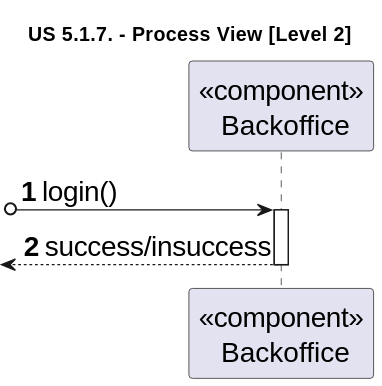
rita-barbosa/LAPR5-2425 keeps this PlantUML diagram as docs/sprint-1/us-5.1.7/diagrams/level-2-process-view.svg. Above is the earlier version. Its diagram source:
```plantuml
@startuml
skinparamlocked defaultFontSize 20

title "US 5.1.7. - Process View [Level 2]"

autonumber

participant "<<component>>\n Backoffice" as bo

[o-> bo: login()
activate bo

<-- bo: success/insuccess
deactivate bo
@enduml
```
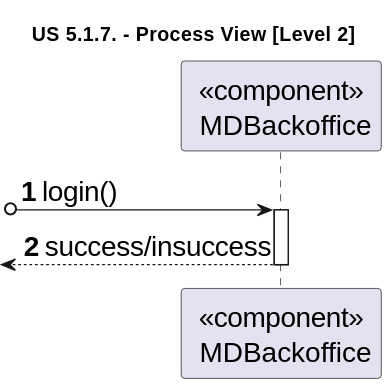
The same file after the commit.

Change to the diagram source:
```diff
@@ -5,7 +5,7 @@
 
 autonumber
 
-participant "<<component>>\n Backoffice" as bo
+participant "<<component>>\n MDBackoffice" as bo
 
 [o-> bo: login()
 activate bo
```
